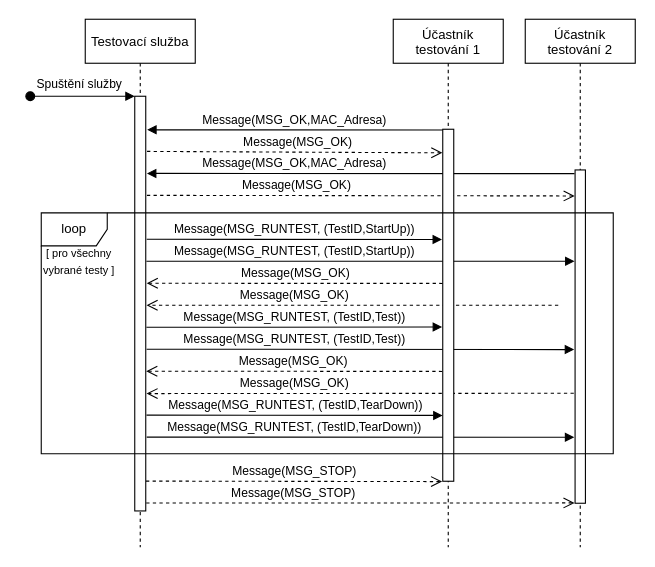
Earlier version of the draw.io diagram assets/img/src/sequencediagram.drawio (wheeeper/bachelors-thesis). Source tidied: cells renumbered, new cells numbered last; positions are measured from the earlier drawing's top-left corner, leaving out a move shared by most shapes. Both pictures are drawn from the tidied source at 110%, with x=0, y=0 at pixel (30, 19).
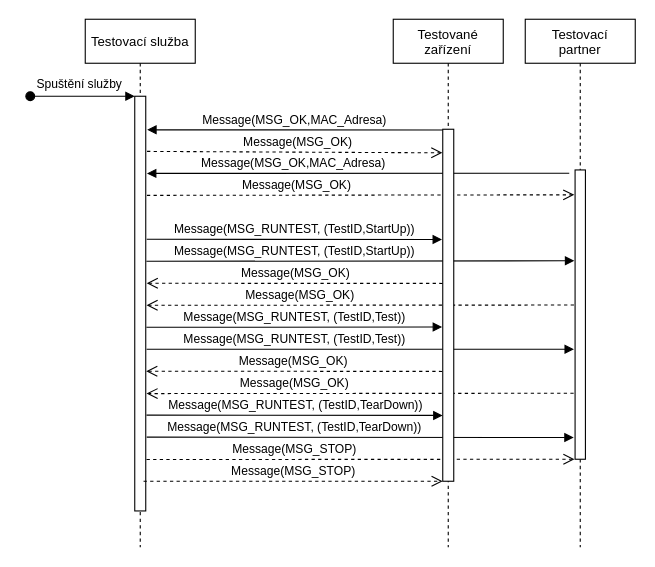
After the change.

The change refers to these unchanged cells:
```xml
<mxCell id="13" style="points=[];perimeter=orthogonalPerimeter;rounded=0;shadow=0;strokeWidth=1;" parent="12" vertex="1">
  <mxGeometry x="45" y="70" width="10" height="377" as="geometry" />
</mxCell>
<mxCell id="16" style="points=[];perimeter=orthogonalPerimeter;rounded=0;shadow=0;strokeWidth=1;" parent="15" vertex="1">
  <mxGeometry x="45" y="100" width="10" height="320" as="geometry" />
</mxCell>
```

The edit, as a diff of the source:
```diff
@@
-    <mxCell id="2" value="Message(MSG_RUNTEST, (TestID,Test))" style="html=1;verticalAlign=bottom;endArrow=block;exitX=1.079;exitY=0.61;exitDx=0;exitDy=0;exitPerimeter=0;entryX=-0.088;entryY=0.539;entryDx=0;entryDy=0;entryPerimeter=0;" parent="1" edge="1" source="13" target="18">
+    <mxCell id="2" value="Message(MSG_RUNTEST, (TestID,Test))" style="html=1;verticalAlign=bottom;endArrow=block;exitX=1.079;exitY=0.61;exitDx=0;exitDy=0;exitPerimeter=0;entryX=-0.111;entryY=0.62;entryDx=0;entryDy=0;entryPerimeter=0;" parent="1" edge="1" source="13" target="18">
       <mxGeometry x="-0.31" relative="1" as="geometry" />
     </mxCell>
-    <mxCell id="3" value="Message(MSG_OK,MAC_Adresa)" style="html=1;verticalAlign=bottom;endArrow=block;exitX=-0.055;exitY=0.011;exitDx=0;exitDy=0;exitPerimeter=0;entryX=1.107;entryY=0.186;entryDx=0;entryDy=0;entryPerimeter=0;" parent="1" edge="1" source="18" target="13">
-      <mxGeometry x="0.31" relative="1" as="geometry" />
+    <mxCell id="3" value="Message(MSG_OK,MAC_Adresa)" style="html=1;verticalAlign=bottom;endArrow=block;entryX=1.107;entryY=0.186;entryDx=0;entryDy=0;entryPerimeter=0;" parent="1" edge="1" target="13">
+      <mxGeometry x="0.31" relative="1" as="geometry">
+        <mxPoint x="490" y="140" as="sourcePoint" />
+      </mxGeometry>
     </mxCell>
-    <mxCell id="4" value="Message(MSG_OK)" style="html=1;verticalAlign=bottom;endArrow=open;dashed=1;endSize=8;entryX=-0.035;entryY=0.078;entryDx=0;entryDy=0;entryPerimeter=0;exitX=1.107;exitY=0.239;exitDx=0;exitDy=0;exitPerimeter=0;" parent="1" edge="1" source="13" target="18">
+    <mxCell id="4" value="Message(MSG_OK)" style="html=1;verticalAlign=bottom;endArrow=open;dashed=1;endSize=8;exitX=1.107;exitY=0.239;exitDx=0;exitDy=0;exitPerimeter=0;entryX=-0.074;entryY=0.086;entryDx=0;entryDy=0;entryPerimeter=0;" parent="1" edge="1" source="13" target="18">
       <mxGeometry x="-0.3" relative="1" as="geometry" />
     </mxCell>
-    <mxCell id="5" value="Message(MSG_STOP)" style="html=1;verticalAlign=bottom;endArrow=open;dashed=1;endSize=8;exitX=1.042;exitY=0.981;exitDx=0;exitDy=0;exitPerimeter=0;entryX=-0.049;entryY=0.999;entryDx=0;entryDy=0;entryPerimeter=0;" parent="1" edge="1" source="13" target="18">
+    <mxCell id="5" value="Message(MSG_STOP)" style="html=1;verticalAlign=bottom;endArrow=open;dashed=1;endSize=8;exitX=1.071;exitY=0.876;exitDx=0;exitDy=0;exitPerimeter=0;entryX=-0.059;entryY=1;entryDx=0;entryDy=0;entryPerimeter=0;" parent="1" edge="1" source="13" target="18">
       <mxGeometry x="-0.31" relative="1" as="geometry" />
     </mxCell>
-    <mxCell id="6" value="Message(MSG_RUNTEST, (TestID,TearDown))" style="html=1;verticalAlign=bottom;endArrow=block;exitX=1.088;exitY=0.822;exitDx=0;exitDy=0;exitPerimeter=0;entryX=-0.076;entryY=0.802;entryDx=0;entryDy=0;entryPerimeter=0;" parent="1" edge="1" source="13" target="18">
+    <mxCell id="6" value="Message(MSG_RUNTEST, (TestID,TearDown))" style="html=1;verticalAlign=bottom;endArrow=block;exitX=1.088;exitY=0.822;exitDx=0;exitDy=0;exitPerimeter=0;entryX=-0.131;entryY=0.925;entryDx=0;entryDy=0;entryPerimeter=0;" parent="1" edge="1" source="13" target="18">
       <mxGeometry x="-0.31" relative="1" as="geometry" />
     </mxCell>
-    <mxCell id="7" value="Message(MSG_OK)" style="html=1;verticalAlign=bottom;endArrow=open;dashed=1;endSize=8;entryX=1.07;entryY=0.717;entryDx=0;entryDy=0;entryPerimeter=0;exitX=-0.123;exitY=0.67;exitDx=0;exitDy=0;exitPerimeter=0;" parent="1" edge="1" source="18" target="13">
-      <mxGeometry x="0.31" relative="1" as="geometry" />
+    <mxCell id="7" value="Message(MSG_OK)" style="html=1;verticalAlign=bottom;endArrow=open;dashed=1;endSize=8;entryX=1.07;entryY=0.717;entryDx=0;entryDy=0;entryPerimeter=0;" parent="1" edge="1" target="13">
+      <mxGeometry x="0.31" relative="1" as="geometry">
+        <mxPoint x="494" y="340" as="sourcePoint" />
+      </mxGeometry>
     </mxCell>
-    <mxCell id="8" value="Message(MSG_OK)" style="html=1;verticalAlign=bottom;endArrow=open;dashed=1;endSize=8;entryX=1.07;entryY=0.504;entryDx=0;entryDy=0;entryPerimeter=0;" parent="1" edge="1" target="13">
-      <mxGeometry x="0.28" relative="1" as="geometry">
-        <mxPoint x="480" y="260" as="sourcePoint" />
-      </mxGeometry>
+    <mxCell id="8" value="Message(MSG_OK)" style="html=1;verticalAlign=bottom;endArrow=open;dashed=1;endSize=8;entryX=1.07;entryY=0.504;entryDx=0;entryDy=0;entryPerimeter=0;exitX=-0.108;exitY=0.467;exitDx=0;exitDy=0;exitPerimeter=0;" parent="1" edge="1" source="18" target="13">
+      <mxGeometry x="0.28" relative="1" as="geometry" />
     </mxCell>
-    <mxCell id="9" value="Message(MSG_RUNTEST, (TestID,StartUp))" style="html=1;verticalAlign=bottom;endArrow=block;exitX=1.06;exitY=0.398;exitDx=0;exitDy=0;exitPerimeter=0;entryX=-0.052;entryY=0.274;entryDx=0;entryDy=0;entryPerimeter=0;" parent="1" edge="1" source="13" target="18">
+    <mxCell id="9" value="Message(MSG_RUNTEST, (TestID,StartUp))" style="html=1;verticalAlign=bottom;endArrow=block;exitX=1.06;exitY=0.398;exitDx=0;exitDy=0;exitPerimeter=0;entryX=-0.074;entryY=0.314;entryDx=0;entryDy=0;entryPerimeter=0;" parent="1" edge="1" source="13" target="18">
       <mxGeometry x="-0.31" relative="1" as="geometry" />
     </mxCell>
@@
-    <mxCell id="15" value="Účastník &#10;testování 1" style="shape=umlLifeline;perimeter=lifelinePerimeter;rounded=0;shadow=0;strokeWidth=1;" parent="1" vertex="1">
+    <mxCell id="15" value="Testované &#10;zařízení" style="shape=umlLifeline;perimeter=lifelinePerimeter;rounded=0;shadow=0;strokeWidth=1;" parent="1" vertex="1">
       <mxGeometry x="330" width="100" height="480" as="geometry" />
     </mxCell>
@@
-    <mxCell id="17" value="Účastník &#10;testování 2" style="shape=umlLifeline;perimeter=lifelinePerimeter;rounded=0;shadow=0;strokeWidth=1;" parent="1" vertex="1">
+    <mxCell id="17" value="Testovací&#10;partner" style="shape=umlLifeline;perimeter=lifelinePerimeter;rounded=0;shadow=0;strokeWidth=1;" parent="1" vertex="1">
       <mxGeometry x="450" width="100" height="480" as="geometry" />
     </mxCell>
     <mxCell id="18" style="points=[];perimeter=orthogonalPerimeter;rounded=0;shadow=0;strokeWidth=1;" parent="17" vertex="1">
-      <mxGeometry x="45.3" y="137" width="9.4" height="303" as="geometry" />
+      <mxGeometry x="45.3" y="137" width="9.4" height="263" as="geometry" />
     </mxCell>
@@
-    <mxCell id="24" value="Message(MSG_STOP)" style="html=1;verticalAlign=bottom;endArrow=open;dashed=1;endSize=8;exitX=1.023;exitY=0.928;exitDx=0;exitDy=0;exitPerimeter=0;entryX=-0.055;entryY=1.001;entryDx=0;entryDy=0;entryPerimeter=0;" parent="1" edge="1" source="13" target="16">
-      <mxGeometry relative="1" as="geometry" />
+    <mxCell id="24" value="Message(MSG_STOP)" style="html=1;verticalAlign=bottom;endArrow=open;dashed=1;endSize=8;entryX=-0.008;entryY=1;entryDx=0;entryDy=0;entryPerimeter=0;" parent="1" edge="1" target="16">
+      <mxGeometry relative="1" as="geometry">
+        <mxPoint x="103" y="420" as="sourcePoint" />
+      </mxGeometry>
     </mxCell>
-    <mxCell id="25" value="&lt;font style=&quot;font-size: 10px&quot;&gt;[ pro všechny &lt;br&gt;vybrané testy ]&lt;/font&gt;" style="text;html=1;align=center;verticalAlign=middle;" parent="1" vertex="1">
-      <mxGeometry x="4" y="200" width="80" height="40" as="geometry" />
-    </mxCell>
-    <mxCell id="26" value="loop" style="shape=umlFrame;whiteSpace=wrap;html=1;" parent="1" vertex="1">
-      <mxGeometry x="10" y="176" width="520" height="219" as="geometry" />
-    </mxCell>
```
